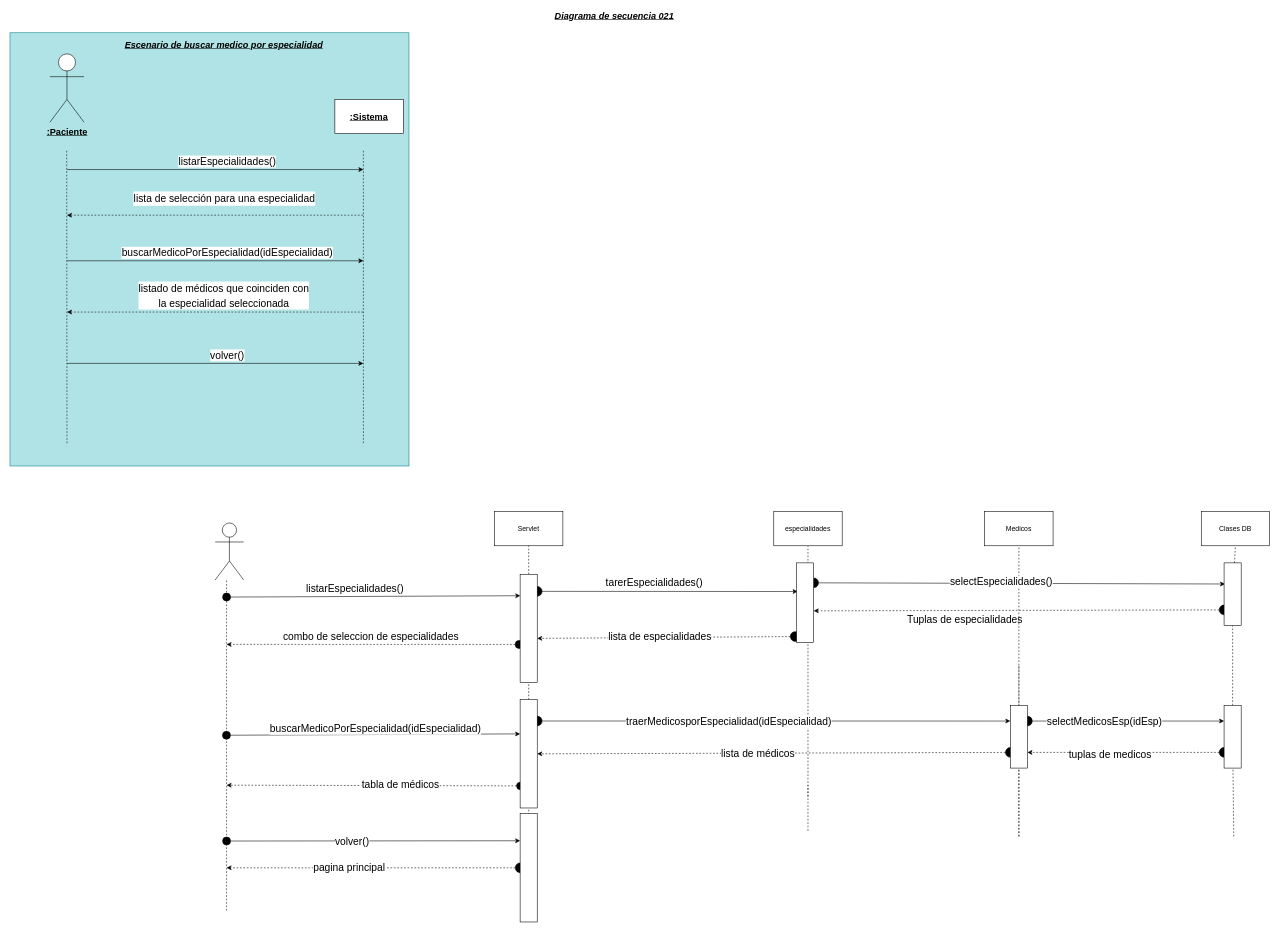
The draw.io diagram page "Página-1" (1 of 20) of Fase 2/Iteración 2/Editables/Diagrama de secuencia Iteracion 2.drawio in EilerGomez/Proyecto2_ipc2_2023, before the edit. Source tidied: cells renumbered, new cells numbered last; positions are measured from the earlier drawing's top-left corner, leaving out a move shared by most shapes. Both pictures are drawn from the tidied source at 57%, with x=0, y=0 at pixel (10, 10).
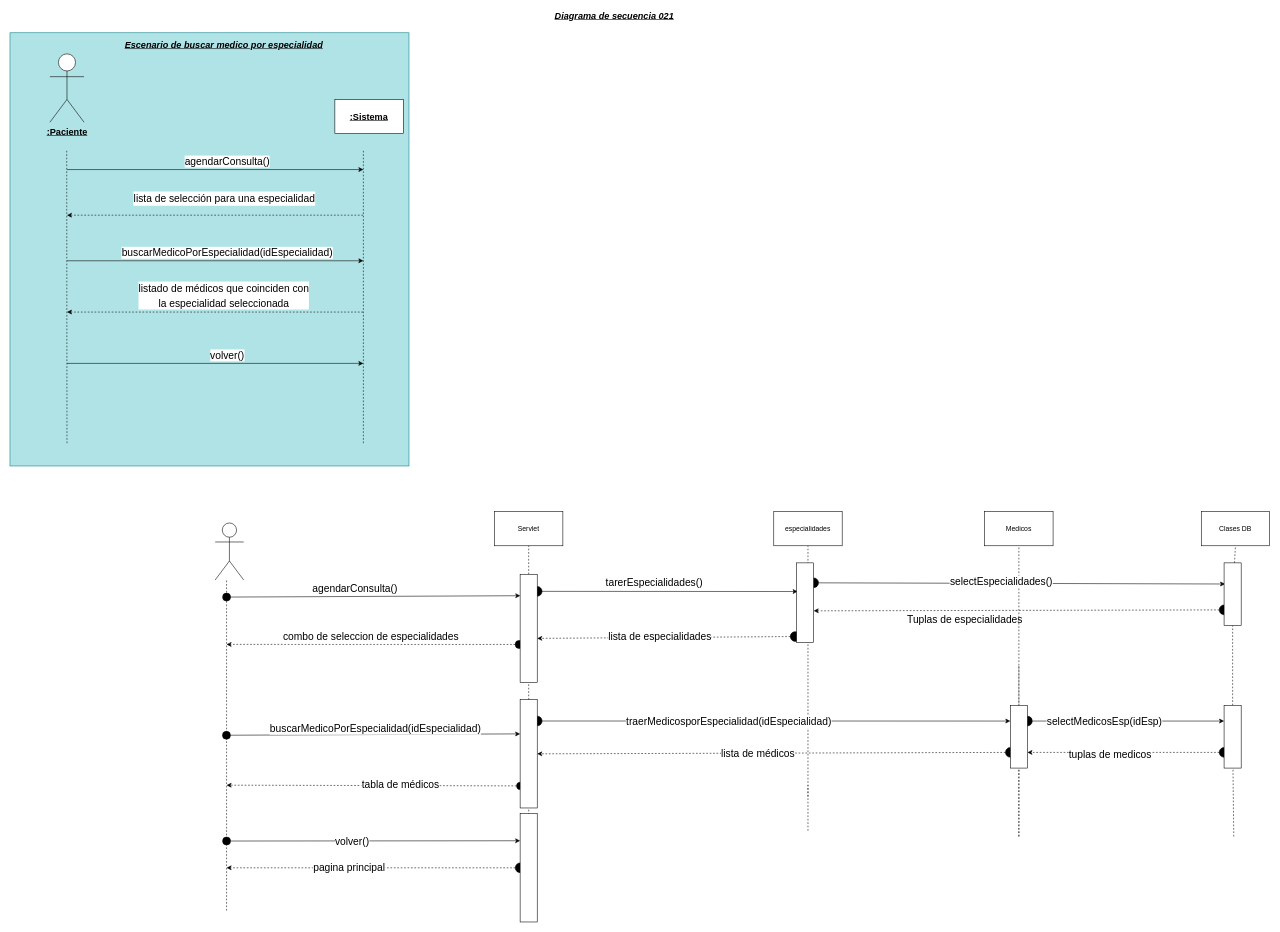
The same page after the edit.

Commit message (it also covers changes not shown here):
modificando los casos de uso expandidos, y agregando la teoria de la iteracion 2

The change refers to these unchanged cells:
```xml
<mxCell id="8" style="endArrow=classic;html=1;" parent="1" edge="1">
  <mxGeometry relative="1" as="geometry">
    <mxPoint x="100" y="280" as="sourcePoint" />
    <mxPoint x="620" y="280" as="targetPoint" />
  </mxGeometry>
</mxCell>
```

What changed in the source:
```diff
@@
-    <mxCell id="9" value="&lt;span style=&quot;font-size: 18px&quot;&gt;listarEspecialidades()&lt;/span&gt;" style="edgeLabel;html=1;align=center;verticalAlign=middle;" parent="8" vertex="1">
+    <mxCell id="9" value="&lt;span style=&quot;font-size: 18px&quot;&gt;agendarConsulta()&lt;/span&gt;" style="edgeLabel;html=1;align=center;verticalAlign=middle;" parent="8" vertex="1">
       <mxGeometry x="-0.17" relative="1" as="geometry">
         <mxPoint x="64" y="-15" as="offset" />
       </mxGeometry>
     </mxCell>
@@
-    <mxCell id="55" value="&lt;span style=&quot;font-size: 18px&quot;&gt;listarEspecialidades()&lt;/span&gt;" style="edgeLabel;html=1;align=center;verticalAlign=middle;" parent="1" vertex="1">
+    <mxCell id="55" value="&lt;span style=&quot;font-size: 18px&quot;&gt;agendarConsulta()&lt;/span&gt;" style="edgeLabel;html=1;align=center;verticalAlign=middle;" parent="1" vertex="1">
       <mxGeometry x="400" y="400" as="geometry">
         <mxPoint x="204" y="614" as="offset" />
       </mxGeometry>
     </mxCell>
```
